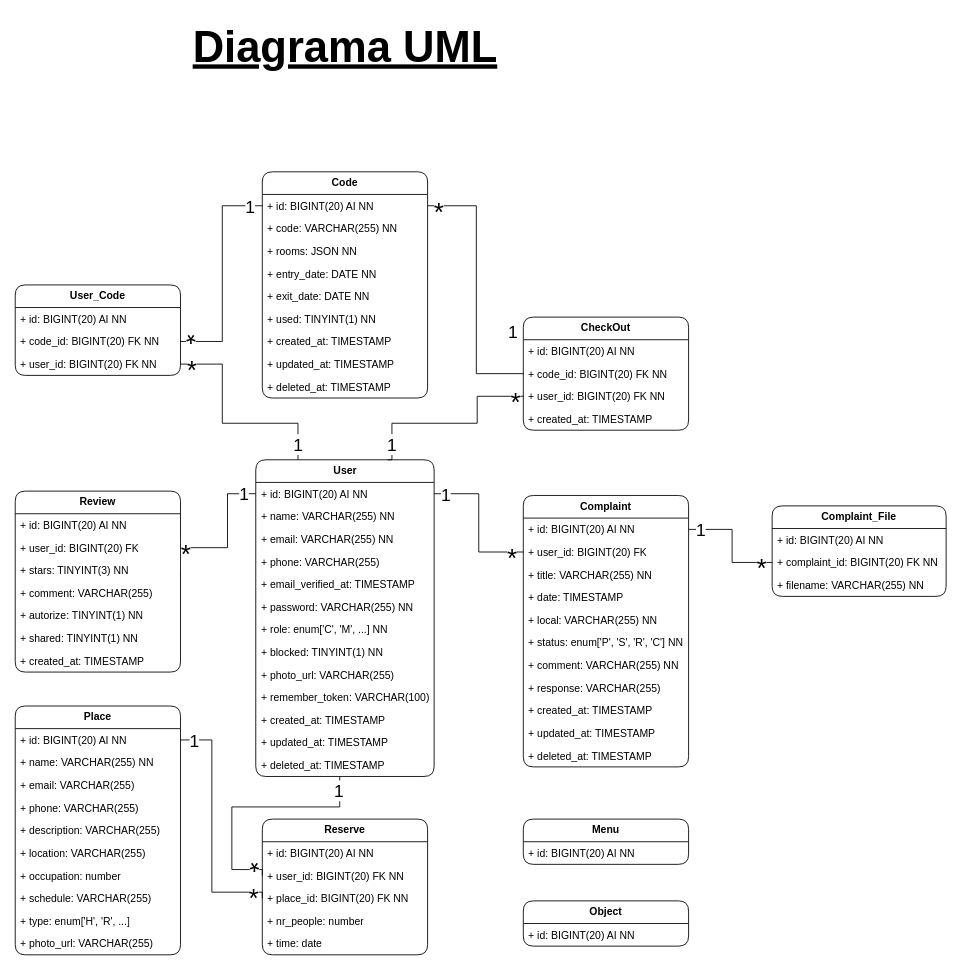
Happy-Guest/HG-Notes keeps this draw.io diagram as page "Diagrama UML" (1 of 2) of HappyGuest.drawio. Above is the earlier version. Source tidied: cells renumbered, new cells numbered last; positions are measured from the earlier drawing's top-left corner, leaving out a move shared by most shapes. Both pictures are drawn from the tidied source at 87%, with x=0, y=0 at pixel (15, 15).
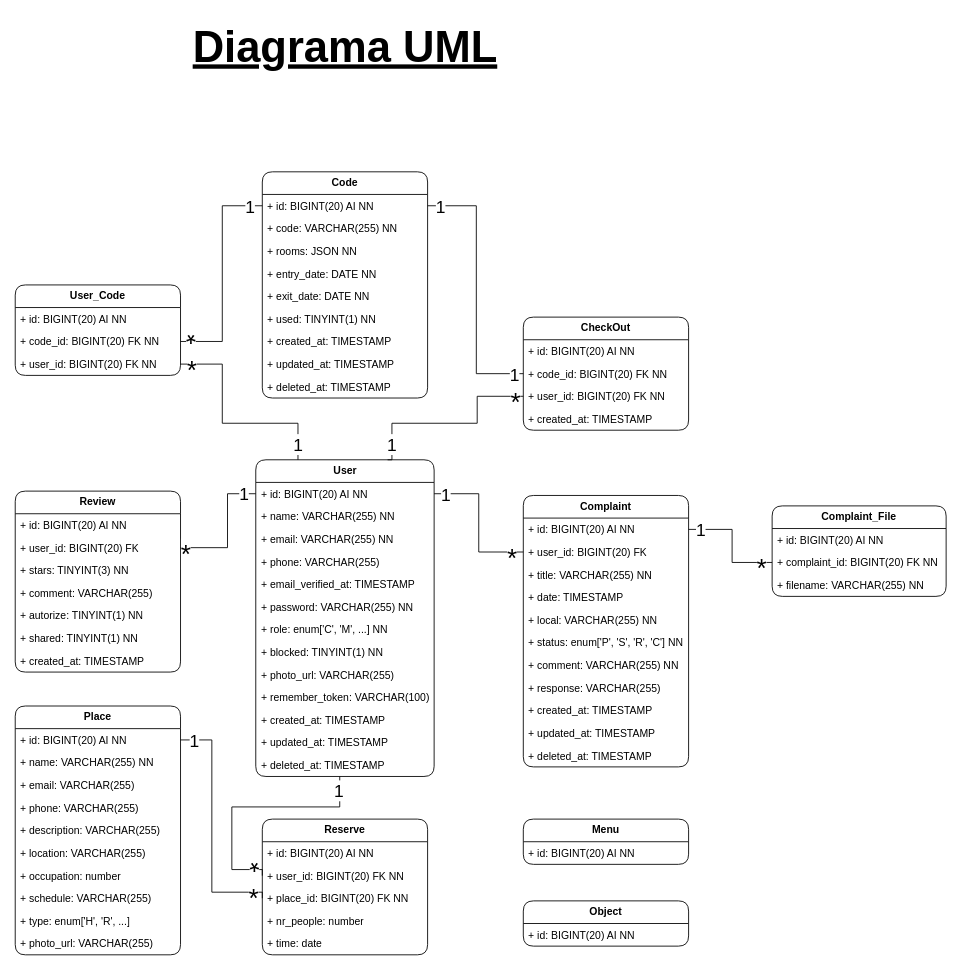
After the change.

What changed in the source:
```diff
@@
     <mxCell id="94" value="&lt;font style=&quot;font-size: 20px;&quot;&gt;1&lt;/font&gt;" style="edgeLabel;html=1;align=center;verticalAlign=middle;" parent="1" vertex="1">
-      <mxGeometry x="571.7" y="362" as="geometry" />
+      <mxGeometry x="573.7" y="412" as="geometry" />
     </mxCell>
-    <mxCell id="95" value="&lt;font style=&quot;font-size: 30px;&quot;&gt;*&lt;/font&gt;" style="edgeLabel;html=1;align=center;verticalAlign=middle;" parent="1" vertex="1">
-      <mxGeometry x="486" y="225" as="geometry" />
+    <mxCell id="95" value="&lt;font style=&quot;font-size: 20px;&quot;&gt;1&lt;/font&gt;" style="edgeLabel;html=1;align=center;verticalAlign=middle;" parent="1" vertex="1">
+      <mxGeometry x="491" y="225" as="geometry">
+        <mxPoint x="-3" y="-6" as="offset" />
+      </mxGeometry>
     </mxCell>
```
